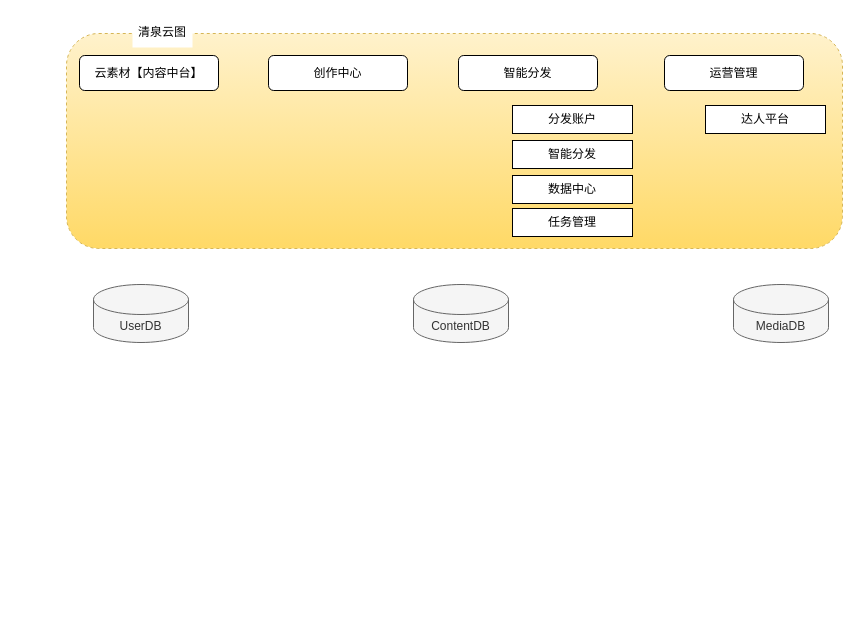
Above: page "智能分发平台" (2 of 2) of ZTE.drawio in tnndworlds/draw.io (draw.io), before the change. Source tidied: cells renumbered, new cells numbered last; positions are measured from the earlier drawing's top-left corner, leaving out a move shared by most shapes. Both pictures are drawn from the tidied source at 100%, with x=0, y=0 at pixel (66, 17).
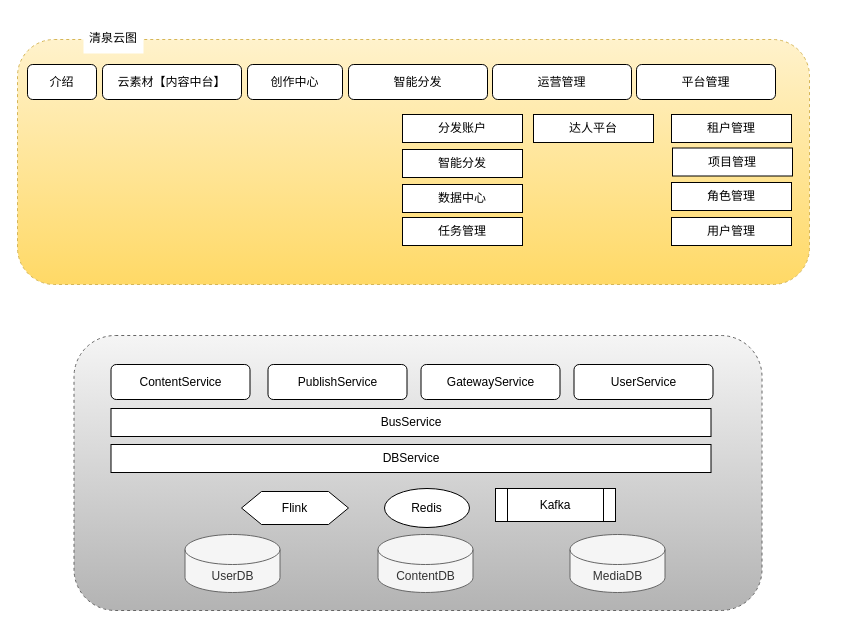
The same page after the edit.

Change to the diagram source:
```diff
@@
     <mxCell id="2" style="rounded=1;whiteSpace=wrap;html=1;dashed=1;fillColor=#fff2cc;strokeColor=#d6b656;gradientColor=#ffd966;" parent="1" vertex="1">
-      <mxGeometry y="16" width="776" height="215" as="geometry" />
+      <mxGeometry x="-49" y="22" width="792" height="245" as="geometry" />
     </mxCell>
     <mxCell id="3" value="云素材【内容中台】" style="rounded=1;whiteSpace=wrap;html=1;" parent="1" vertex="1">
-      <mxGeometry x="13" y="38" width="139" height="35" as="geometry" />
+      <mxGeometry x="36" y="47" width="139" height="35" as="geometry" />
     </mxCell>
     <mxCell id="4" value="创作中心" style="rounded=1;whiteSpace=wrap;html=1;" parent="1" vertex="1">
-      <mxGeometry x="202" y="38" width="139" height="35" as="geometry" />
+      <mxGeometry x="181" y="47" width="95" height="35" as="geometry" />
     </mxCell>
     <mxCell id="5" value="智能分发" style="rounded=1;whiteSpace=wrap;html=1;" parent="1" vertex="1">
-      <mxGeometry x="392" y="38" width="139" height="35" as="geometry" />
+      <mxGeometry x="282" y="47" width="139" height="35" as="geometry" />
     </mxCell>
     <mxCell id="6" value="分发账户" style="rounded=0;whiteSpace=wrap;html=1;" parent="1" vertex="1">
-      <mxGeometry x="446" y="88" width="120" height="28" as="geometry" />
+      <mxGeometry x="336" y="97" width="120" height="28" as="geometry" />
     </mxCell>
     <mxCell id="7" value="智能分发" style="rounded=0;whiteSpace=wrap;html=1;" parent="1" vertex="1">
-      <mxGeometry x="446" y="123" width="120" height="28" as="geometry" />
+      <mxGeometry x="336" y="132" width="120" height="28" as="geometry" />
     </mxCell>
     <mxCell id="8" value="数据中心" style="rounded=0;whiteSpace=wrap;html=1;" parent="1" vertex="1">
-      <mxGeometry x="446" y="158" width="120" height="28" as="geometry" />
+      <mxGeometry x="336" y="167" width="120" height="28" as="geometry" />
     </mxCell>
     <mxCell id="9" value="任务管理" style="rounded=0;whiteSpace=wrap;html=1;" parent="1" vertex="1">
-      <mxGeometry x="446" y="191" width="120" height="28" as="geometry" />
+      <mxGeometry x="336" y="200" width="120" height="28" as="geometry" />
     </mxCell>
     <mxCell id="10" value="运营管理" style="rounded=1;whiteSpace=wrap;html=1;" parent="1" vertex="1">
-      <mxGeometry x="598" y="38" width="139" height="35" as="geometry" />
+      <mxGeometry x="426" y="47" width="139" height="35" as="geometry" />
     </mxCell>
     <mxCell id="11" value="达人平台" style="rounded=0;whiteSpace=wrap;html=1;" parent="1" vertex="1">
-      <mxGeometry x="639" y="88" width="120" height="28" as="geometry" />
+      <mxGeometry x="467" y="97" width="120" height="28" as="geometry" />
     </mxCell>
     <mxCell id="12" value="清泉云图" style="text;html=1;strokeColor=none;fillColor=default;align=center;verticalAlign=middle;whiteSpace=wrap;rounded=0;dashed=1;" parent="1" vertex="1">
-      <mxGeometry x="66" width="60" height="30" as="geometry" />
+      <mxGeometry x="17" y="6" width="60" height="30" as="geometry" />
     </mxCell>
+    <mxCell id="16" style="rounded=1;whiteSpace=wrap;html=1;fillColor=#f5f5f5;dashed=1;gradientColor=#b3b3b3;strokeColor=#666666;" parent="1" vertex="1">
+      <mxGeometry x="7.5" y="318" width="688" height="275" as="geometry" />
+    </mxCell>
+    <mxCell id="17" value="UserService" style="rounded=1;whiteSpace=wrap;html=1;" parent="1" vertex="1">
+      <mxGeometry x="507.5" y="347" width="139" height="35" as="geometry" />
+    </mxCell>
+    <mxCell id="18" value="PublishService" style="rounded=1;whiteSpace=wrap;html=1;" parent="1" vertex="1">
+      <mxGeometry x="201.5" y="347" width="139" height="35" as="geometry" />
+    </mxCell>
+    <mxCell id="19" value="GatewayService" style="rounded=1;whiteSpace=wrap;html=1;" parent="1" vertex="1">
+      <mxGeometry x="354.5" y="347" width="139" height="35" as="geometry" />
+    </mxCell>
+    <mxCell id="20" value="ContentService" style="rounded=1;whiteSpace=wrap;html=1;" parent="1" vertex="1">
+      <mxGeometry x="44.5" y="347" width="139" height="35" as="geometry" />
+    </mxCell>
+    <mxCell id="21" value="BusService" style="rounded=0;whiteSpace=wrap;html=1;fillColor=default;" parent="1" vertex="1">
+      <mxGeometry x="44.5" y="391" width="600" height="28" as="geometry" />
+    </mxCell>
+    <mxCell id="22" value="Kafka" style="shape=process;whiteSpace=wrap;html=1;backgroundOutline=1;fillColor=default;" parent="1" vertex="1">
+      <mxGeometry x="429" y="471" width="120" height="33" as="geometry" />
+    </mxCell>
+    <mxCell id="23" value="Flink" style="shape=hexagon;perimeter=hexagonPerimeter2;whiteSpace=wrap;html=1;fixedSize=1;fillColor=default;" parent="1" vertex="1">
+      <mxGeometry x="175" y="474" width="107" height="33" as="geometry" />
+    </mxCell>
+    <mxCell id="24" value="Redis" style="ellipse;whiteSpace=wrap;html=1;fillColor=default;" parent="1" vertex="1">
+      <mxGeometry x="318" y="471" width="85" height="39" as="geometry" />
+    </mxCell>
     <mxCell id="13" value="UserDB" style="shape=cylinder3;whiteSpace=wrap;html=1;boundedLbl=1;backgroundOutline=1;size=15;fillColor=#f5f5f5;fontColor=#333333;strokeColor=#666666;" parent="1" vertex="1">
-      <mxGeometry x="27" y="267" width="95" height="58" as="geometry" />
+      <mxGeometry x="118.5" y="517" width="95" height="58" as="geometry" />
     </mxCell>
     <mxCell id="14" value="ContentDB" style="shape=cylinder3;whiteSpace=wrap;html=1;boundedLbl=1;backgroundOutline=1;size=15;fillColor=#f5f5f5;fontColor=#333333;strokeColor=#666666;" parent="1" vertex="1">
-      <mxGeometry x="347" y="267" width="95" height="58" as="geometry" />
+      <mxGeometry x="311.5" y="517" width="95" height="58" as="geometry" />
     </mxCell>
     <mxCell id="15" value="MediaDB" style="shape=cylinder3;whiteSpace=wrap;html=1;boundedLbl=1;backgroundOutline=1;size=15;fillColor=#f5f5f5;fontColor=#333333;strokeColor=#666666;" parent="1" vertex="1">
-      <mxGeometry x="667" y="267" width="95" height="58" as="geometry" />
+      <mxGeometry x="503.5" y="517" width="95" height="58" as="geometry" />
     </mxCell>
+    <mxCell id="25" value="介绍" style="rounded=1;whiteSpace=wrap;html=1;" parent="1" vertex="1">
+      <mxGeometry x="-39" y="47" width="69" height="35" as="geometry" />
+    </mxCell>
+    <mxCell id="26" value="平台管理" style="rounded=1;whiteSpace=wrap;html=1;" parent="1" vertex="1">
+      <mxGeometry x="570" y="47" width="139" height="35" as="geometry" />
+    </mxCell>
+    <mxCell id="27" value="租户管理" style="rounded=0;whiteSpace=wrap;html=1;" parent="1" vertex="1">
+      <mxGeometry x="605" y="97" width="120" height="28" as="geometry" />
+    </mxCell>
+    <mxCell id="28" value="角色管理" style="rounded=0;whiteSpace=wrap;html=1;" parent="1" vertex="1">
+      <mxGeometry x="605" y="165" width="120" height="28" as="geometry" />
+    </mxCell>
+    <mxCell id="29" value="用户管理" style="rounded=0;whiteSpace=wrap;html=1;" parent="1" vertex="1">
+      <mxGeometry x="605" y="200" width="120" height="28" as="geometry" />
+    </mxCell>
+    <mxCell id="30" value="DBService" style="rounded=0;whiteSpace=wrap;html=1;fillColor=default;" parent="1" vertex="1">
+      <mxGeometry x="44.5" y="427" width="600" height="28" as="geometry" />
+    </mxCell>
+    <mxCell id="31" value="项目管理" style="rounded=0;whiteSpace=wrap;html=1;" parent="1" vertex="1">
+      <mxGeometry x="606" y="130.5" width="120" height="28" as="geometry" />
+    </mxCell>
```
